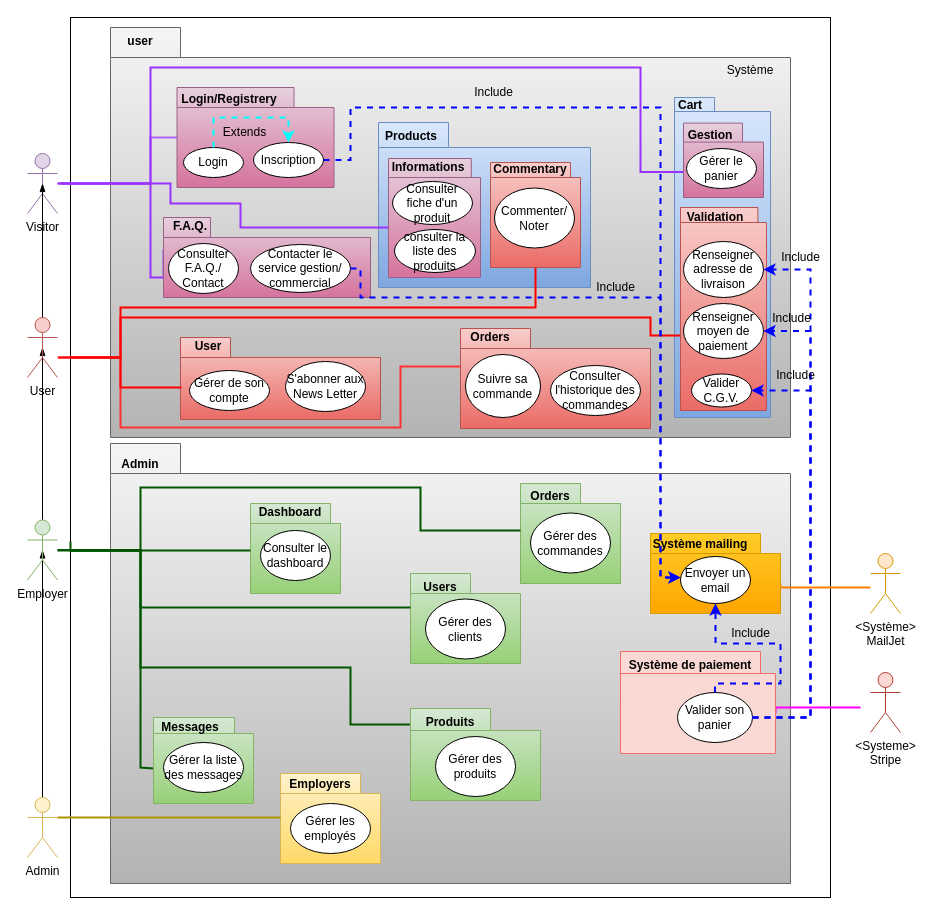
The draw.io diagram package use case Diagram.drawio in Aurelie1416/books-key, before the edit. Source tidied: cells renumbered, new cells numbered last; positions are measured from the earlier drawing's top-left corner, leaving out a move shared by most shapes. Both pictures are drawn from the tidied source at 100%, with x=0, y=0 at pixel (27, 17).
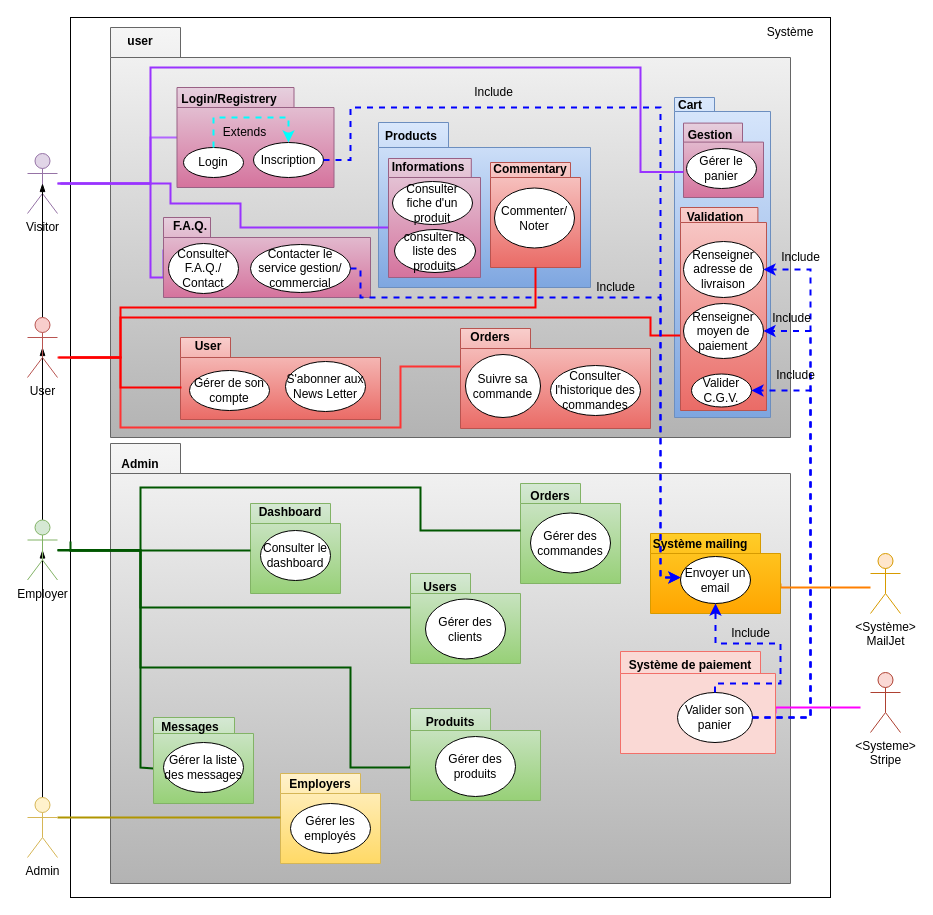
Above is the later version.

Unchanged cells that the change refers to:
```xml
<mxCell id="30" style="shape=folder;fontStyle=1;spacingTop=10;tabWidth=80;tabHeight=22;tabPosition=left;html=1;fillColor=#d5e8d4;gradientColor=#97d077;strokeColor=#82b366;" parent="1" vertex="1">
  <mxGeometry x="383" y="691" width="130" height="92" as="geometry" />
</mxCell>
```

Change to the diagram source:
```diff
@@
-    <mxCell id="27" style="edgeStyle=orthogonalEdgeStyle;rounded=0;orthogonalLoop=1;jettySize=auto;html=1;entryX=0;entryY=0;entryDx=0;entryDy=32;entryPerimeter=0;endArrow=none;endFill=0;fillColor=#008a00;strokeColor=#005700;strokeWidth=2;" parent="1" edge="1">
+    <mxCell id="27" style="edgeStyle=orthogonalEdgeStyle;rounded=0;jettySize=auto;html=1;entryX=0;entryY=0;entryDx=0;entryDy=57;entryPerimeter=0;endArrow=none;endFill=0;fillColor=#008a00;strokeColor=#005700;strokeWidth=2;" parent="1" edge="1" target="30">
       <mxGeometry relative="1" as="geometry">
         <mxPoint x="43" y="534" as="sourcePoint" />
-        <mxPoint x="383" y="707" as="targetPoint" />
         <Array as="points">
+          <mxPoint x="43" y="533" />
           <mxPoint x="113" y="533" />
           <mxPoint x="113" y="650" />
           <mxPoint x="323" y="650" />
-          <mxPoint x="323" y="707" />
+          <mxPoint x="323" y="750" />
+          <mxPoint x="383" y="750" />
         </Array>
       </mxGeometry>
     </mxCell>
@@
     <mxCell id="40" value="Système" style="text;html=1;strokeColor=none;fillColor=none;align=center;verticalAlign=middle;whiteSpace=wrap;rounded=0;" parent="1" vertex="1">
-      <mxGeometry x="693" y="38" width="60" height="30" as="geometry" />
+      <mxGeometry x="733" width="60" height="30" as="geometry" />
     </mxCell>
```
